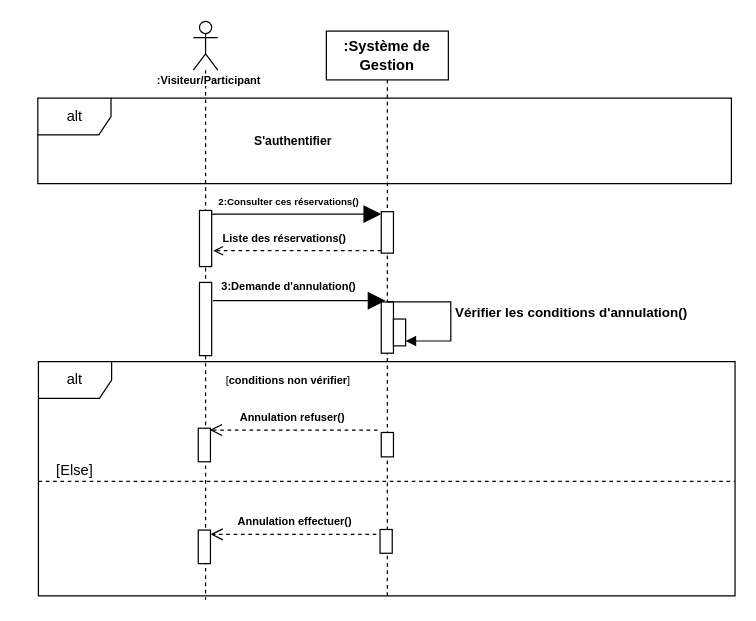
Before: Diagramme sequence 2.drawio in louis-fresnel99/TpGasaL1, a draw.io diagram. Source tidied: cells renumbered, new cells numbered last; positions are measured from the earlier drawing's top-left corner, leaving out a move shared by most shapes. Both pictures are drawn from the tidied source at 122%, with x=0, y=0 at pixel (21, 21).
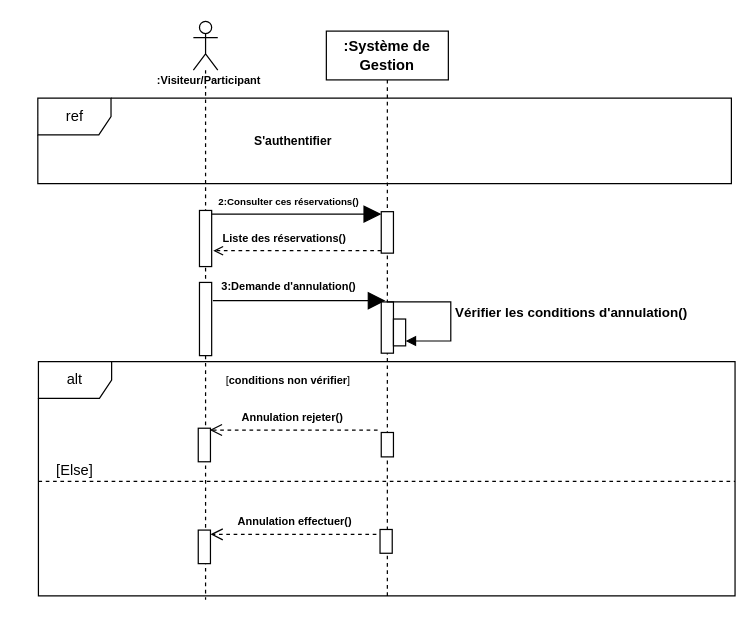
The same page after the edit.

Commit message:
Mettre à jour Diagramme sequence 2.drawio

Diff of the diagram source:
```diff
@@
-    <mxCell id="16" value="&lt;font style=&quot;color: light-dark(rgb(0, 0, 0), rgb(0, 0, 0)); font-size: 9px;&quot;&gt;&lt;b style=&quot;&quot;&gt;Annulation refuser()&lt;/b&gt;&lt;/font&gt;" style="text;html=1;align=center;verticalAlign=middle;whiteSpace=wrap;rounded=0;" parent="1" vertex="1">
+    <mxCell id="16" value="&lt;font style=&quot;color: light-dark(rgb(0, 0, 0), rgb(0, 0, 0)); font-size: 9px;&quot;&gt;&lt;b style=&quot;&quot;&gt;Annulation rejeter()&lt;/b&gt;&lt;/font&gt;" style="text;html=1;align=center;verticalAlign=middle;whiteSpace=wrap;rounded=0;" parent="1" vertex="1">
       <mxGeometry x="165.6" y="315" width="112.7" height="17" as="geometry" />
     </mxCell>
@@
-    <mxCell id="30" value="alt" style="shape=umlFrame;whiteSpace=wrap;html=1;" parent="1" vertex="1">
+    <mxCell id="30" value="ref" style="shape=umlFrame;whiteSpace=wrap;html=1;" parent="1" vertex="1">
       <mxGeometry x="13.5" y="63" width="568.5" height="70" as="geometry" />
     </mxCell>
```
